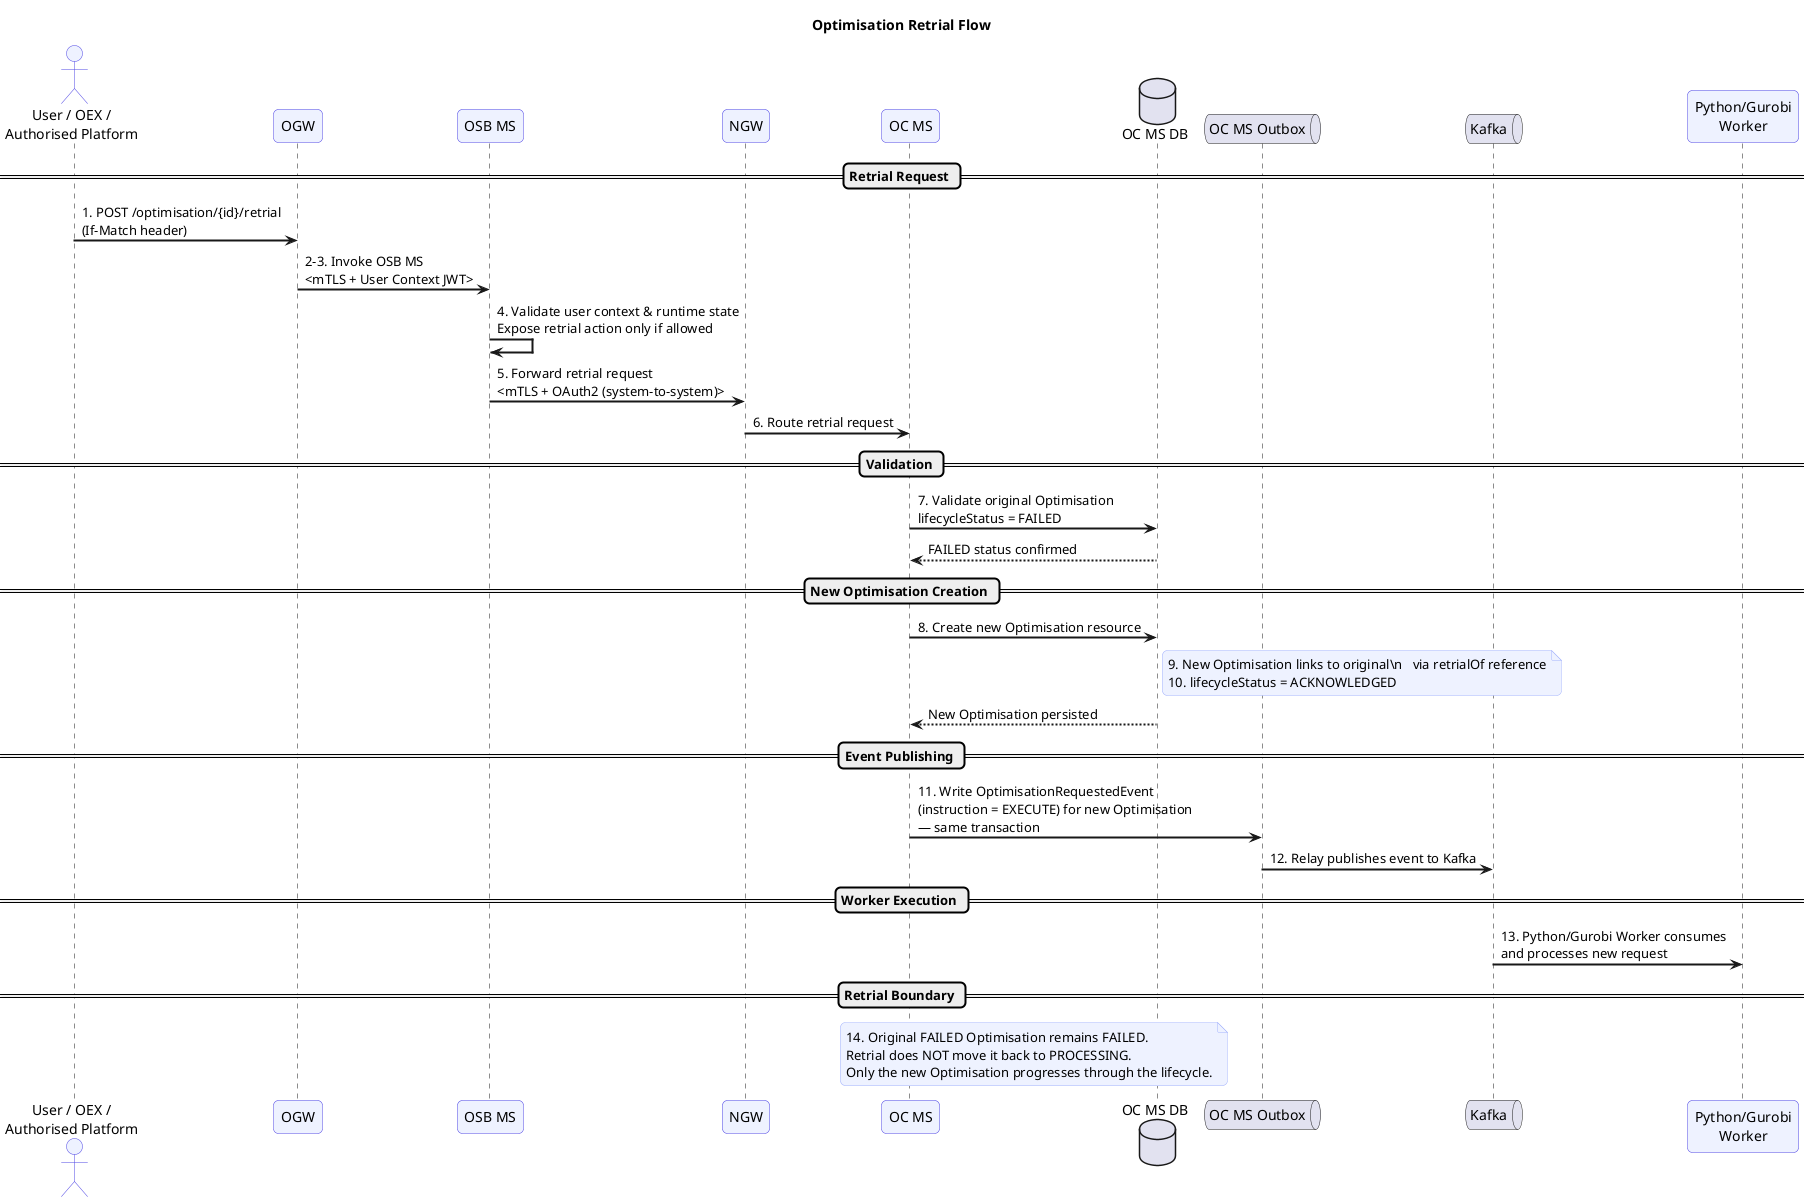
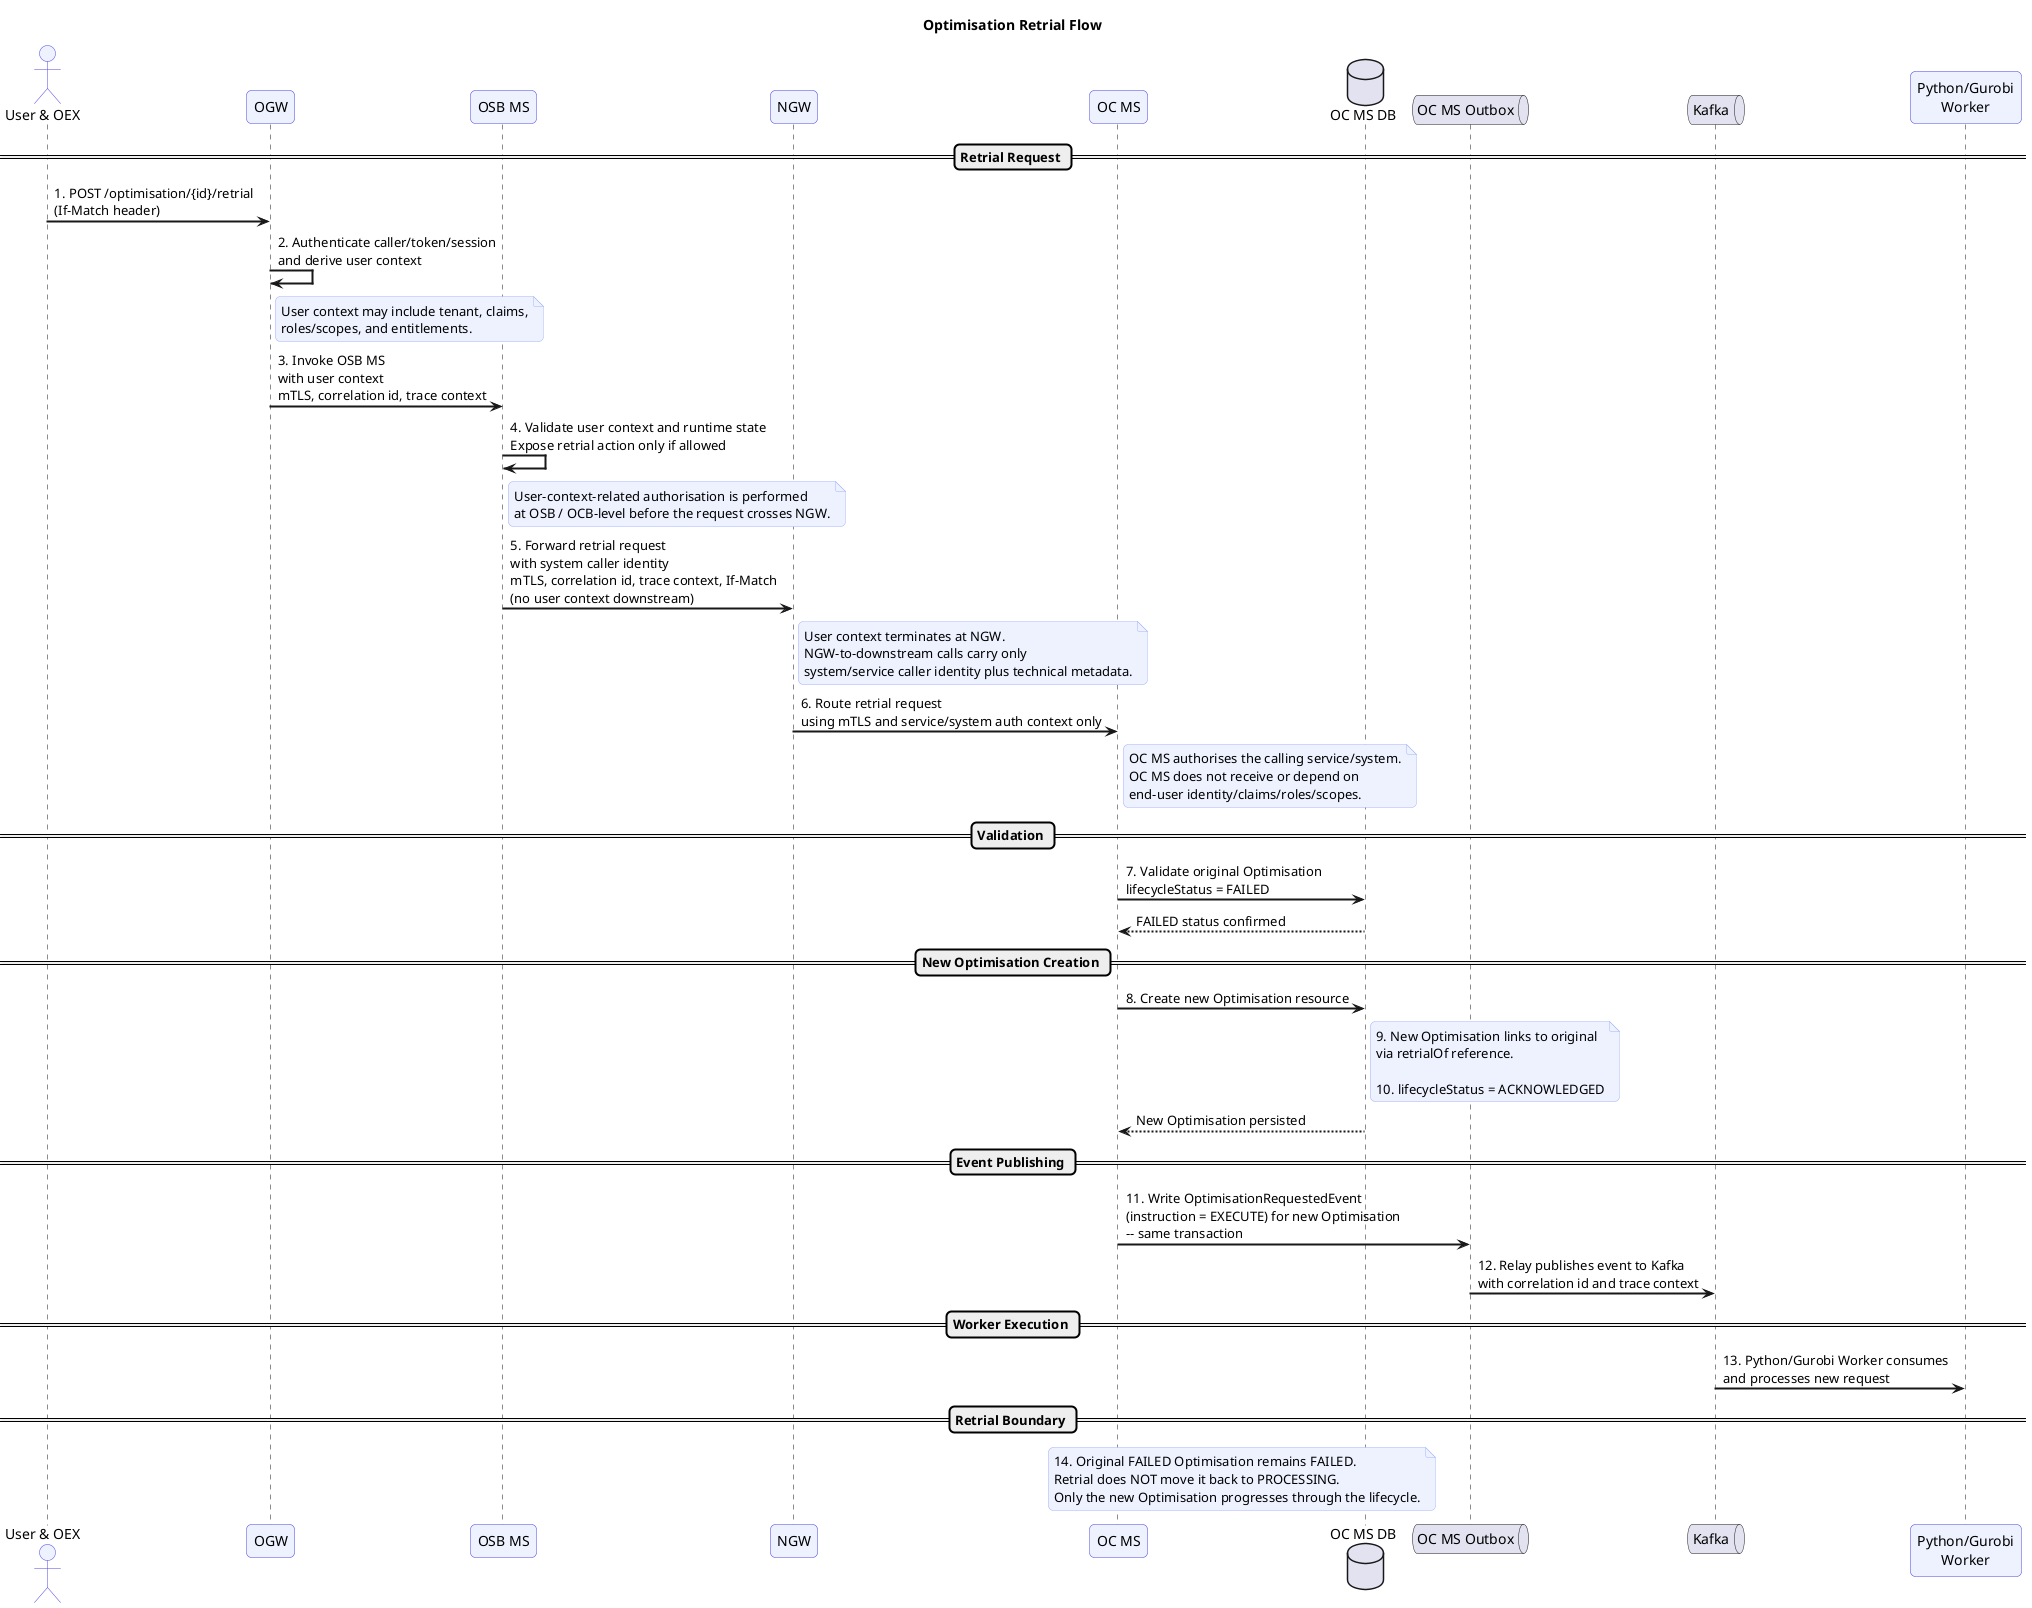
@startuml
title Optimisation Retrial Flow

skinparam sequenceArrowThickness 2
skinparam roundcorner 10
skinparam sequenceParticipantBackgroundColor #EEF2FF
skinparam sequenceParticipantBorderColor #4F46E5
skinparam sequenceActorBackgroundColor #EEF2FF
skinparam sequenceActorBorderColor #4F46E5
skinparam noteBorderColor #A5B4FC
skinparam noteBackgroundColor #EEF2FF

- actor "User / OEX /\nAuthorised Platform" as Caller
+ actor "User & OEX " as Caller
participant "OGW" as OGW
participant "OSB MS" as OSB
participant "NGW" as NGW
participant "OC MS" as OCMS
database "OC MS DB" as OCDB
queue "OC MS Outbox" as Outbox
queue "Kafka" as Kafka
participant "Python/Gurobi\nWorker" as Worker

== Retrial Request ==

Caller -> OGW : 1. POST /optimisation/{id}/retrial\n(If-Match header)
- OGW -> OSB : 2-3. Invoke OSB MS\n<mTLS + User Context JWT>
- OSB -> OSB : 4. Validate user context & runtime state\nExpose retrial action only if allowed
- OSB -> NGW : 5. Forward retrial request\n<mTLS + OAuth2 (system-to-system)>
- NGW -> OCMS : 6. Route retrial request
+ OGW -> OGW : 2. Authenticate caller/token/session\nand derive user context
+ note right of OGW
+ User context may include tenant, claims,
+ roles/scopes, and entitlements.
+ end note
+ 
+ OGW -> OSB : 3. Invoke OSB MS\nwith user context\nmTLS, correlation id, trace context
+ OSB -> OSB : 4. Validate user context and runtime state\nExpose retrial action only if allowed
+ note right of OSB
+ User-context-related authorisation is performed
+ at OSB / OCB-level before the request crosses NGW.
+ end note
+ 
+ OSB -> NGW : 5. Forward retrial request\nwith system caller identity\nmTLS, correlation id, trace context, If-Match\n(no user context downstream)
+ note right of NGW
+ User context terminates at NGW.
+ NGW-to-downstream calls carry only
+ system/service caller identity plus technical metadata.
+ end note
+ 
+ NGW -> OCMS : 6. Route retrial request\nusing mTLS and service/system auth context only
+ note right of OCMS
+ OC MS authorises the calling service/system.
+ OC MS does not receive or depend on
+ end-user identity/claims/roles/scopes.
+ end note

== Validation ==

OCMS -> OCDB : 7. Validate original Optimisation\nlifecycleStatus = FAILED
OCDB --> OCMS : FAILED status confirmed

== New Optimisation Creation ==

OCMS -> OCDB : 8. Create new Optimisation resource
note right of OCDB
-   9. New Optimisation links to original\n   via retrialOf reference
-   10. lifecycleStatus = ACKNOWLEDGED
+ 9. New Optimisation links to original
+ via retrialOf reference.
+ 
+ 10. lifecycleStatus = ACKNOWLEDGED
end note
OCDB --> OCMS : New Optimisation persisted

== Event Publishing ==

- OCMS -> Outbox : 11. Write OptimisationRequestedEvent\n(instruction = EXECUTE) for new Optimisation\n— same transaction
- Outbox -> Kafka : 12. Relay publishes event to Kafka
+ OCMS -> Outbox : 11. Write OptimisationRequestedEvent\n(instruction = EXECUTE) for new Optimisation\n-- same transaction
+ Outbox -> Kafka : 12. Relay publishes event to Kafka\nwith correlation id and trace context

== Worker Execution ==

Kafka -> Worker : 13. Python/Gurobi Worker consumes\nand processes new request

== Retrial Boundary ==

note over OCMS, OCDB
-   14. Original FAILED Optimisation remains FAILED.
-   Retrial does NOT move it back to PROCESSING.
-   Only the new Optimisation progresses through the lifecycle.
+ 14. Original FAILED Optimisation remains FAILED.
+ Retrial does NOT move it back to PROCESSING.
+ Only the new Optimisation progresses through the lifecycle.
end note

@enduml
